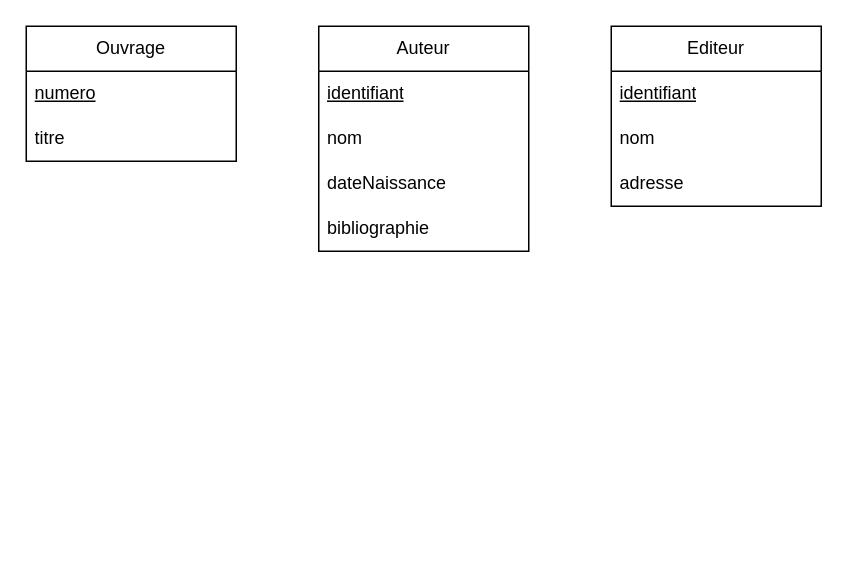
Before: TD1 MERISE (LP ISIR) 2.drawio in black-purple/diagrams, a draw.io diagram. Source tidied: cells renumbered, new cells numbered last; positions are measured from the earlier drawing's top-left corner, leaving out a move shared by most shapes. Both pictures are drawn from the tidied source at 150%, with x=0, y=0 at pixel (26, 26).
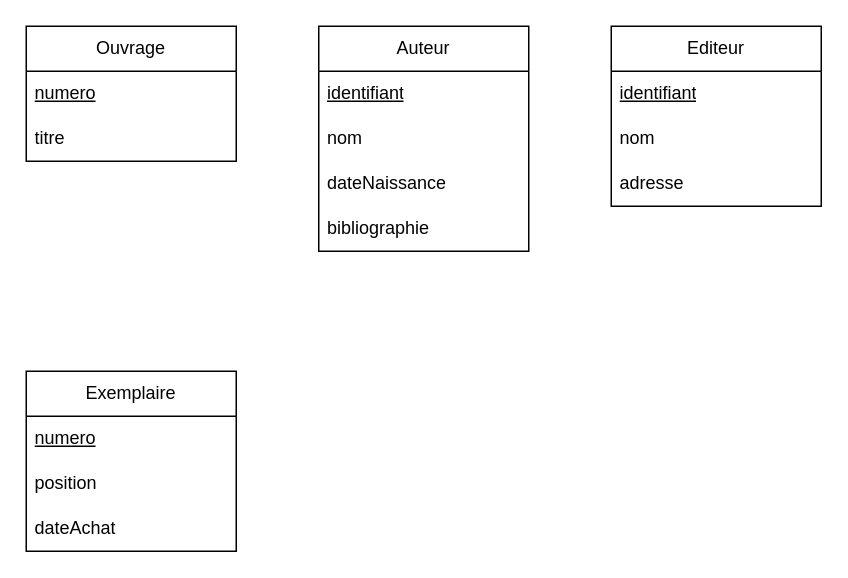
After the change.

What changed in the source:
```diff
@@
 <mxGraphModel>
   <root>
     <mxCell id="0" />
     <mxCell id="1" parent="0" />
     <mxCell id="2" value="Ouvrage" style="swimlane;fontStyle=0;horizontal=1;startSize=30;whiteSpace=wrap;html=1;" parent="1" vertex="1">
       <mxGeometry width="140" height="90" as="geometry" />
     </mxCell>
     <mxCell id="3" value="&lt;u&gt;numero&lt;/u&gt;" style="text;strokeColor=none;fillColor=none;align=left;verticalAlign=middle;spacingLeft=4;spacingRight=4;overflow=hidden;whiteSpace=wrap;html=1;" parent="2" vertex="1">
       <mxGeometry y="30" width="140" height="30" as="geometry" />
     </mxCell>
     <mxCell id="4" value="titre" style="text;strokeColor=none;fillColor=none;align=left;verticalAlign=middle;spacingLeft=4;spacingRight=4;overflow=hidden;whiteSpace=wrap;html=1;" parent="2" vertex="1">
       <mxGeometry y="60" width="140" height="30" as="geometry" />
     </mxCell>
     <mxCell id="5" value="Auteur" style="swimlane;fontStyle=0;horizontal=1;startSize=30;whiteSpace=wrap;html=1;" parent="1" vertex="1">
       <mxGeometry x="195" width="140" height="150" as="geometry" />
     </mxCell>
     <mxCell id="6" value="&lt;u&gt;identifiant&lt;/u&gt;" style="text;strokeColor=none;fillColor=none;align=left;verticalAlign=middle;spacingLeft=4;spacingRight=4;overflow=hidden;whiteSpace=wrap;html=1;" parent="5" vertex="1">
       <mxGeometry y="30" width="140" height="30" as="geometry" />
     </mxCell>
     <mxCell id="7" value="nom" style="text;strokeColor=none;fillColor=none;align=left;verticalAlign=middle;spacingLeft=4;spacingRight=4;overflow=hidden;whiteSpace=wrap;html=1;" parent="5" vertex="1">
       <mxGeometry y="60" width="140" height="30" as="geometry" />
     </mxCell>
     <mxCell id="8" value="dateNaissance" style="text;strokeColor=none;fillColor=none;align=left;verticalAlign=middle;spacingLeft=4;spacingRight=4;overflow=hidden;whiteSpace=wrap;html=1;" parent="5" vertex="1">
       <mxGeometry y="90" width="140" height="30" as="geometry" />
     </mxCell>
     <mxCell id="9" value="bibliographie" style="text;strokeColor=none;fillColor=none;align=left;verticalAlign=middle;spacingLeft=4;spacingRight=4;overflow=hidden;whiteSpace=wrap;html=1;" parent="5" vertex="1">
       <mxGeometry y="120" width="140" height="30" as="geometry" />
     </mxCell>
     <mxCell id="10" value="Editeur" style="swimlane;fontStyle=0;horizontal=1;startSize=30;whiteSpace=wrap;html=1;" parent="1" vertex="1">
       <mxGeometry x="390" width="140" height="120" as="geometry" />
     </mxCell>
     <mxCell id="11" value="&lt;u&gt;identifiant&lt;/u&gt;" style="text;strokeColor=none;fillColor=none;align=left;verticalAlign=middle;spacingLeft=4;spacingRight=4;overflow=hidden;whiteSpace=wrap;html=1;" parent="10" vertex="1">
       <mxGeometry y="30" width="140" height="30" as="geometry" />
     </mxCell>
     <mxCell id="12" value="nom" style="text;strokeColor=none;fillColor=none;align=left;verticalAlign=middle;spacingLeft=4;spacingRight=4;overflow=hidden;whiteSpace=wrap;html=1;" parent="10" vertex="1">
       <mxGeometry y="60" width="140" height="30" as="geometry" />
     </mxCell>
     <mxCell id="13" value="adresse" style="text;strokeColor=none;fillColor=none;align=left;verticalAlign=middle;spacingLeft=4;spacingRight=4;overflow=hidden;whiteSpace=wrap;html=1;" parent="10" vertex="1">
       <mxGeometry y="90" width="140" height="30" as="geometry" />
     </mxCell>
+    <mxCell id="14" value="Exemplaire" style="swimlane;fontStyle=0;horizontal=1;startSize=30;whiteSpace=wrap;html=1;" parent="1" vertex="1">
+      <mxGeometry y="230" width="140" height="120" as="geometry" />
+    </mxCell>
+    <mxCell id="15" value="&lt;u&gt;numero&lt;/u&gt;" style="text;strokeColor=none;fillColor=none;align=left;verticalAlign=middle;spacingLeft=4;spacingRight=4;overflow=hidden;whiteSpace=wrap;html=1;" parent="14" vertex="1">
+      <mxGeometry y="30" width="140" height="30" as="geometry" />
+    </mxCell>
+    <mxCell id="16" value="position" style="text;strokeColor=none;fillColor=none;align=left;verticalAlign=middle;spacingLeft=4;spacingRight=4;overflow=hidden;whiteSpace=wrap;html=1;" parent="14" vertex="1">
+      <mxGeometry y="60" width="140" height="30" as="geometry" />
+    </mxCell>
+    <mxCell id="17" value="dateAchat" style="text;strokeColor=none;fillColor=none;align=left;verticalAlign=middle;spacingLeft=4;spacingRight=4;overflow=hidden;whiteSpace=wrap;html=1;" parent="14" vertex="1">
+      <mxGeometry y="90" width="140" height="30" as="geometry" />
+    </mxCell>
   </root>
 </mxGraphModel>
```
